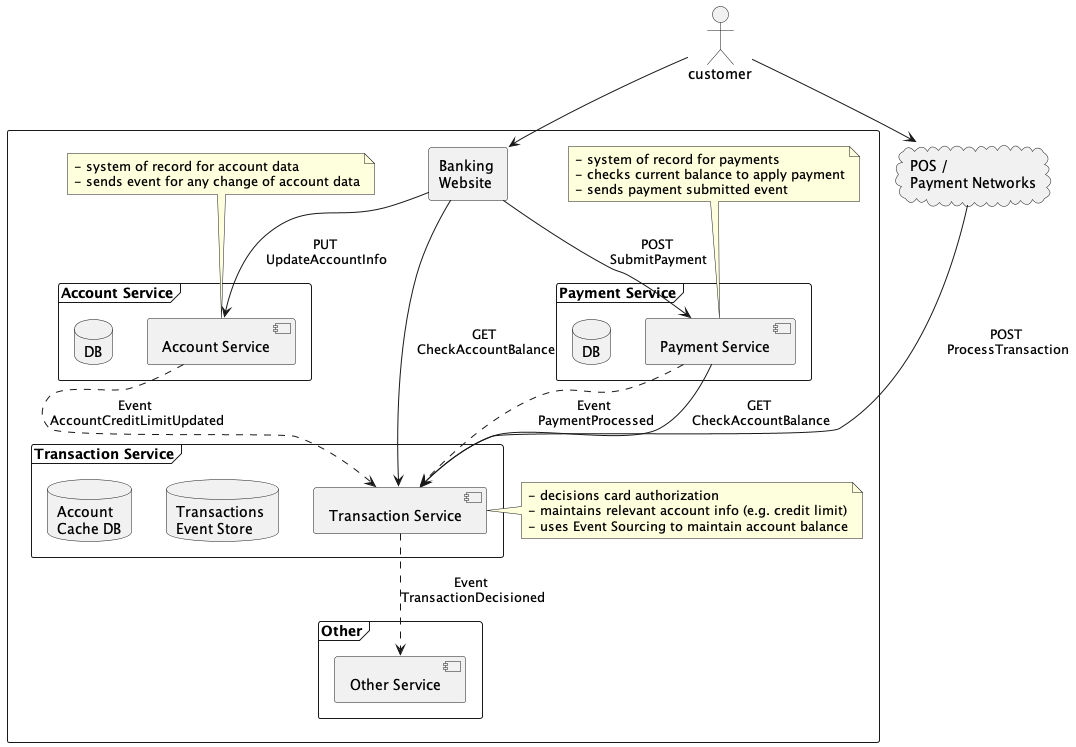
The PlantUML diagram docs/system_diagram.png in markosski/eventdriven, before a commit.
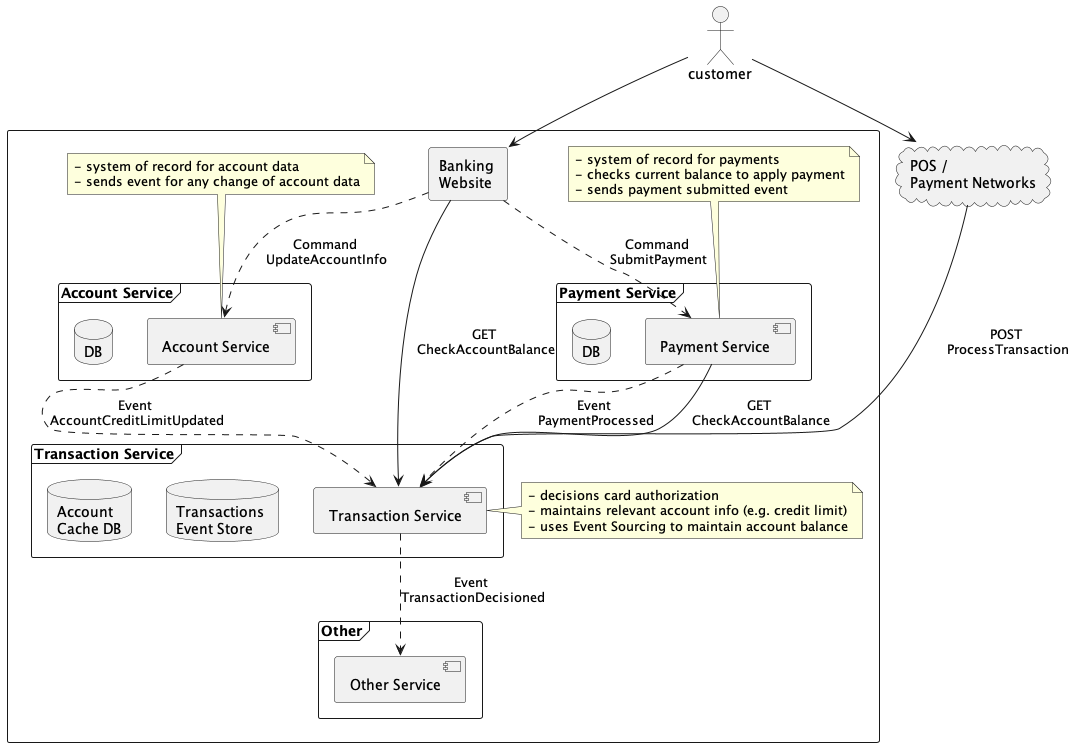
The same file after the commit.

Change to the diagram source:
```diff
@@ -55,8 +55,8 @@
 
 customer --> networks
 customer --> website
-website --> accounts : "PUT \nUpdateAccountInfo"
-website --> payments : "POST \nSubmitPayment"
+website ..> accounts : "Command \nUpdateAccountInfo"
+website ..> payments : "Command \nSubmitPayment"
 website --> transactions : "GET \nCheckAccountBalance"
 networks --> transactions : "POST \nProcessTransaction"
 
```
